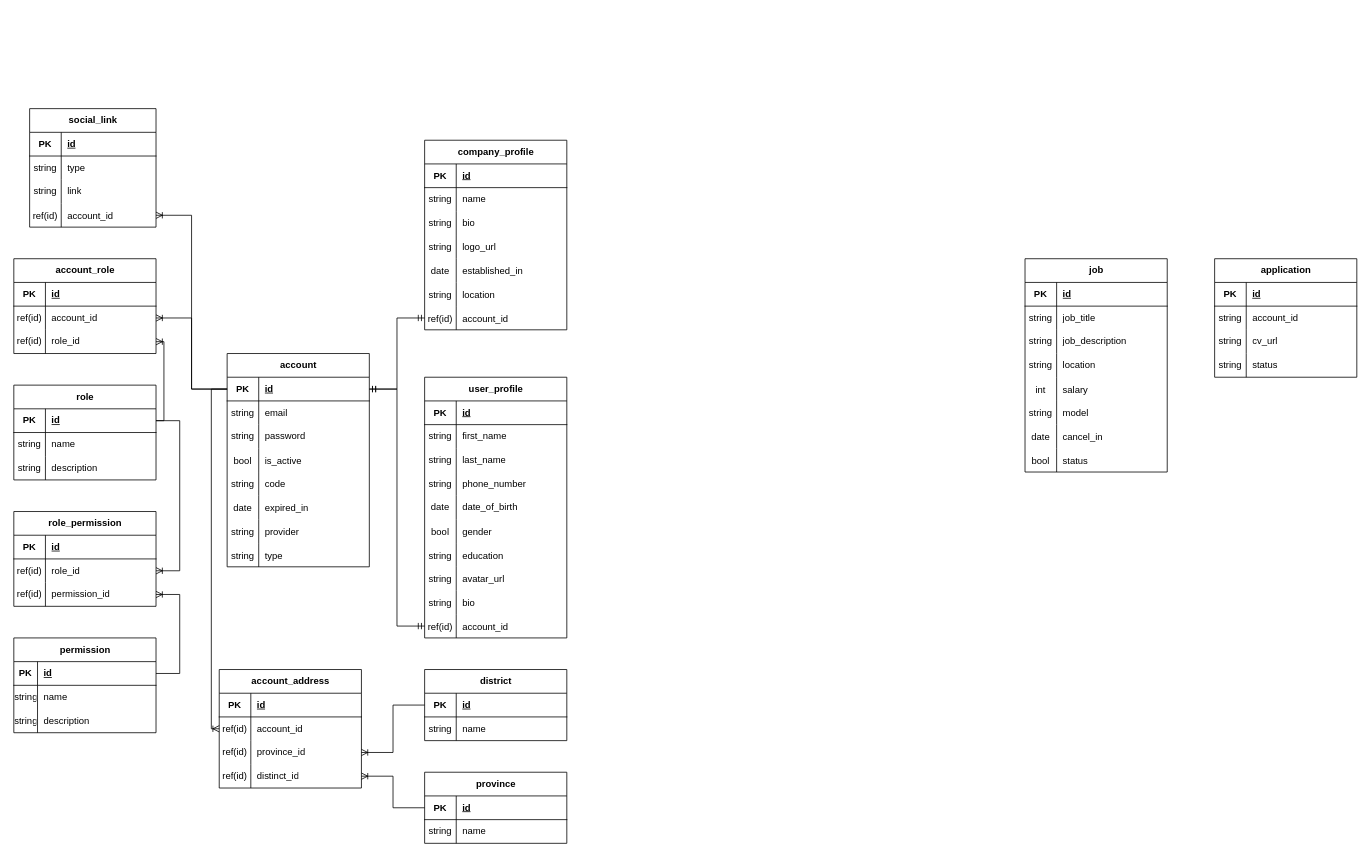
The draw.io diagram database-diagram.drawio in CulesBao/find-job-fe, before the edit. Source tidied: cells renumbered, new cells numbered last; positions are measured from the earlier drawing's top-left corner, leaving out a move shared by most shapes. Both pictures are drawn from the tidied source at 79%, with x=0, y=0 at pixel (13, 108).
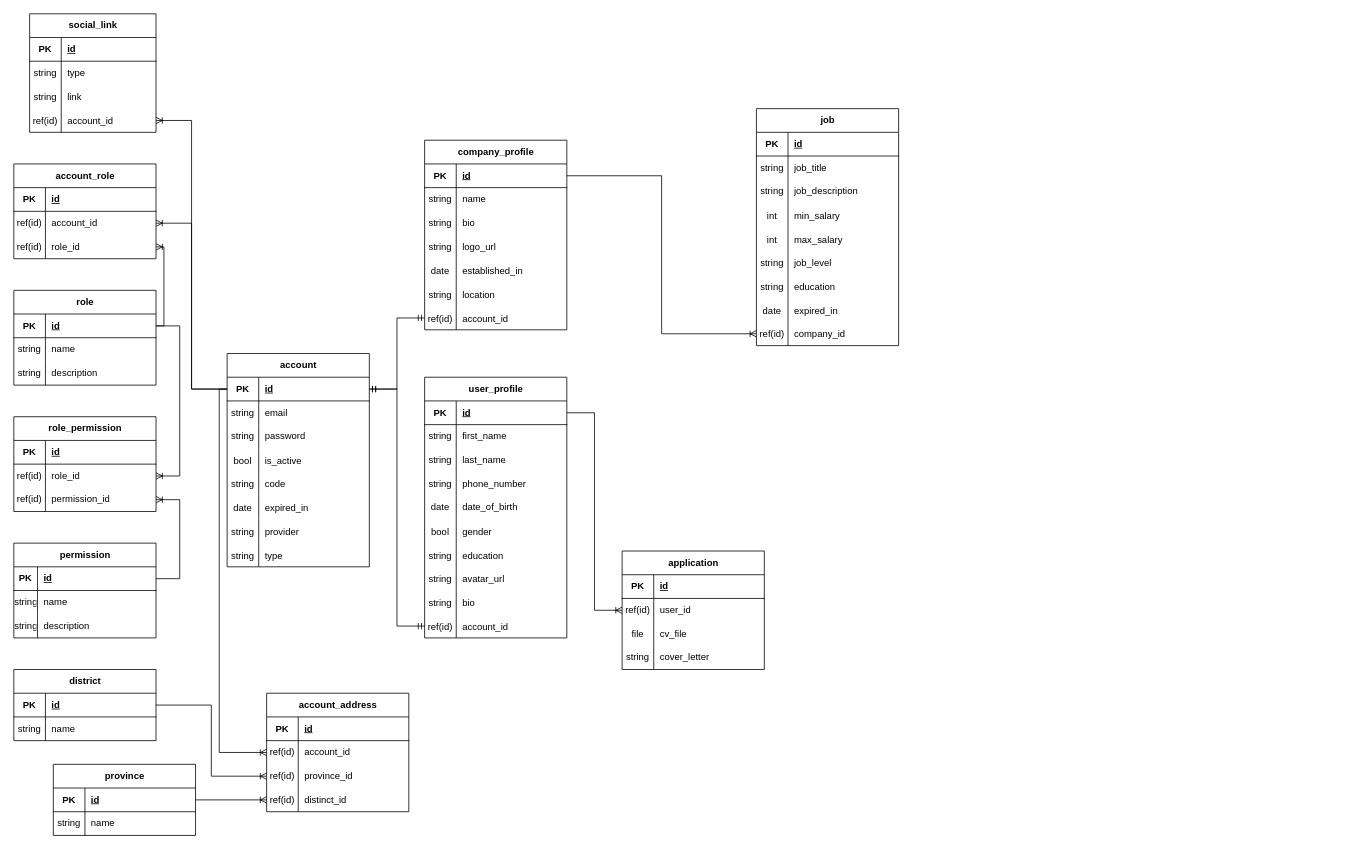
Above is the later version.

Commit message:
feat: Fix job and application entity

Unchanged cells that the change refers to:
```xml
<mxCell id="3" style="shape=tableRow;horizontal=0;startSize=0;swimlaneHead=0;swimlaneBody=0;fillColor=none;points=[[0,0.5],[1,0.5]];portConstraint=eastwest;top=0;left=0;right=0;bottom=1;" parent="2" vertex="1">
  <mxGeometry y="30" width="180" height="30" as="geometry" />
</mxCell>
<mxCell id="34" style="shape=tableRow;horizontal=0;startSize=0;swimlaneHead=0;swimlaneBody=0;fillColor=none;points=[[0,0.5],[1,0.5]];portConstraint=eastwest;top=0;left=0;right=0;bottom=1;" parent="33" vertex="1">
  <mxGeometry y="30" width="180" height="30" as="geometry" />
</mxCell>
<mxCell id="109" style="shape=tableRow;horizontal=0;startSize=0;swimlaneHead=0;swimlaneBody=0;fillColor=none;top=0;left=0;right=0;bottom=0;" parent="93" vertex="1">
  <mxGeometry y="180" width="180" height="30" as="geometry" />
</mxCell>
<mxCell id="122" style="shape=tableRow;horizontal=0;startSize=0;swimlaneHead=0;swimlaneBody=0;fillColor=none;points=[[0,0.5],[1,0.5]];portConstraint=eastwest;top=0;left=0;right=0;bottom=0;" parent="118" vertex="1">
  <mxGeometry y="60" width="180" height="30" as="geometry" />
</mxCell>
<mxCell id="125" style="shape=tableRow;horizontal=0;startSize=0;swimlaneHead=0;swimlaneBody=0;fillColor=none;top=0;left=0;right=0;bottom=0;" parent="118" vertex="1">
  <mxGeometry y="90" width="180" height="30" as="geometry" />
</mxCell>
<mxCell id="128" style="shape=tableRow;horizontal=0;startSize=0;swimlaneHead=0;swimlaneBody=0;fillColor=none;top=0;left=0;right=0;bottom=0;" parent="118" vertex="1">
  <mxGeometry y="120" width="180" height="30" as="geometry" />
</mxCell>
<mxCell id="179" style="shape=tableRow;horizontal=0;startSize=0;swimlaneHead=0;swimlaneBody=0;fillColor=none;points=[[0,0.5],[1,0.5]];portConstraint=eastwest;top=0;left=0;right=0;bottom=1;" parent="178" vertex="1">
  <mxGeometry y="30" width="180" height="30" as="geometry" />
</mxCell>
<mxCell id="186" style="shape=tableRow;horizontal=0;startSize=0;swimlaneHead=0;swimlaneBody=0;fillColor=none;points=[[0,0.5],[1,0.5]];portConstraint=eastwest;top=0;left=0;right=0;bottom=1;" parent="185" vertex="1">
  <mxGeometry y="30" width="180" height="30" as="geometry" />
</mxCell>
<mxCell id="199" style="shape=tableRow;horizontal=0;startSize=0;swimlaneHead=0;swimlaneBody=0;fillColor=none;points=[[0,0.5],[1,0.5]];portConstraint=eastwest;top=0;left=0;right=0;bottom=0;" parent="192" vertex="1">
  <mxGeometry y="90" width="180" height="30" as="geometry" />
</mxCell>
<mxCell id="202" style="shape=tableRow;horizontal=0;startSize=0;swimlaneHead=0;swimlaneBody=0;fillColor=none;points=[[0,0.5],[1,0.5]];portConstraint=eastwest;top=0;left=0;right=0;bottom=0;" parent="192" vertex="1">
  <mxGeometry y="120" width="180" height="30" as="geometry" />
</mxCell>
```

Change to the diagram source:
```diff
@@
     <mxCell id="80" value="social_link" style="shape=table;startSize=30;childLayout=tableLayout;rowLines=0;fontStyle=1;align=center;html=1;" parent="1" vertex="1">
-      <mxGeometry x="20" width="160" height="150" as="geometry" />
+      <mxGeometry x="20" y="-120" width="160" height="150" as="geometry" />
     </mxCell>
@@
     <mxCell id="93" value="job" style="shape=table;startSize=30;childLayout=tableLayout;rowLines=0;fontStyle=1;align=center;html=1;" parent="1" vertex="1">
-      <mxGeometry x="1280" y="190" width="180" height="270" as="geometry" />
+      <mxGeometry x="940" width="180" height="300" as="geometry" />
     </mxCell>
@@
-    <mxCell id="103" style="shape=tableRow;horizontal=0;startSize=0;swimlaneHead=0;swimlaneBody=0;fillColor=none;top=0;left=0;right=0;bottom=0;" parent="93" vertex="1">
-      <mxGeometry y="120" width="180" height="30" as="geometry" />
-    </mxCell>
-    <mxCell id="104" value="string" style="shape=partialRectangle;fillColor=none;top=0;left=0;bottom=0;right=0;overflow=hidden;whiteSpace=wrap;html=1;" parent="103" vertex="1">
-      <mxGeometry width="40" height="30" as="geometry" />
-    </mxCell>
-    <mxCell id="105" value="location" style="shape=partialRectangle;fillColor=none;top=0;left=0;bottom=0;right=0;align=left;spacingLeft=6;overflow=hidden;whiteSpace=wrap;html=1;" parent="103" vertex="1">
-      <mxGeometry x="40" width="140" height="30" as="geometry" />
-    </mxCell>
     <mxCell id="106" style="shape=tableRow;horizontal=0;startSize=0;swimlaneHead=0;swimlaneBody=0;fillColor=none;top=0;left=0;right=0;bottom=0;" parent="93" vertex="1">
-      <mxGeometry y="150" width="180" height="30" as="geometry" />
+      <mxGeometry y="120" width="180" height="30" as="geometry" />
     </mxCell>
@@
-    <mxCell id="108" value="salary" style="shape=partialRectangle;fillColor=none;top=0;left=0;bottom=0;right=0;align=left;spacingLeft=6;overflow=hidden;" parent="106" vertex="1">
+    <mxCell id="108" value="min_salary" style="shape=partialRectangle;fillColor=none;top=0;left=0;bottom=0;right=0;align=left;spacingLeft=6;overflow=hidden;" parent="106" vertex="1">
       <mxGeometry x="40" width="140" height="30" as="geometry" />
     </mxCell>
+    <mxCell id="208" style="shape=tableRow;horizontal=0;startSize=0;swimlaneHead=0;swimlaneBody=0;fillColor=none;top=0;left=0;right=0;bottom=0;" parent="93" vertex="1">
+      <mxGeometry y="150" width="180" height="30" as="geometry" />
+    </mxCell>
+    <mxCell id="209" value="int" style="shape=partialRectangle;fillColor=none;top=0;left=0;bottom=0;right=0;overflow=hidden;" parent="208" vertex="1">
+      <mxGeometry width="40" height="30" as="geometry" />
+    </mxCell>
+    <mxCell id="210" value="max_salary" style="shape=partialRectangle;fillColor=none;top=0;left=0;bottom=0;right=0;align=left;spacingLeft=6;overflow=hidden;" parent="208" vertex="1">
+      <mxGeometry x="40" width="140" height="30" as="geometry" />
+    </mxCell>
@@
-    <mxCell id="111" value="model" style="shape=partialRectangle;fillColor=none;top=0;left=0;bottom=0;right=0;align=left;spacingLeft=6;overflow=hidden;" parent="109" vertex="1">
+    <mxCell id="111" value="job_level" style="shape=partialRectangle;fillColor=none;top=0;left=0;bottom=0;right=0;align=left;spacingLeft=6;overflow=hidden;" parent="109" vertex="1">
       <mxGeometry x="40" width="140" height="30" as="geometry" />
     </mxCell>
+    <mxCell id="211" style="shape=tableRow;horizontal=0;startSize=0;swimlaneHead=0;swimlaneBody=0;fillColor=none;top=0;left=0;right=0;bottom=0;" parent="93" vertex="1">
+      <mxGeometry y="210" width="180" height="30" as="geometry" />
+    </mxCell>
+    <mxCell id="104" value="string" style="shape=partialRectangle;fillColor=none;top=0;left=0;bottom=0;right=0;overflow=hidden;" parent="211" vertex="1">
+      <mxGeometry width="40" height="30" as="geometry" />
+    </mxCell>
+    <mxCell id="212" value="education" style="shape=partialRectangle;fillColor=none;top=0;left=0;bottom=0;right=0;align=left;spacingLeft=6;overflow=hidden;" parent="211" vertex="1">
+      <mxGeometry x="40" width="140" height="30" as="geometry" />
+    </mxCell>
     <mxCell id="112" style="shape=tableRow;horizontal=0;startSize=0;swimlaneHead=0;swimlaneBody=0;fillColor=none;top=0;left=0;right=0;bottom=0;" parent="93" vertex="1">
-      <mxGeometry y="210" width="180" height="30" as="geometry" />
+      <mxGeometry y="240" width="180" height="30" as="geometry" />
     </mxCell>
@@
-    <mxCell id="114" value="cancel_in" style="shape=partialRectangle;fillColor=none;top=0;left=0;bottom=0;right=0;align=left;spacingLeft=6;overflow=hidden;" parent="112" vertex="1">
+    <mxCell id="114" value="expired_in" style="shape=partialRectangle;fillColor=none;top=0;left=0;bottom=0;right=0;align=left;spacingLeft=6;overflow=hidden;" parent="112" vertex="1">
       <mxGeometry x="40" width="140" height="30" as="geometry" />
     </mxCell>
-    <mxCell id="115" style="shape=tableRow;horizontal=0;startSize=0;swimlaneHead=0;swimlaneBody=0;fillColor=none;top=0;left=0;right=0;bottom=0;" parent="93" vertex="1">
-      <mxGeometry y="240" width="180" height="30" as="geometry" />
-    </mxCell>
-    <mxCell id="116" value="bool" style="shape=partialRectangle;fillColor=none;top=0;left=0;bottom=0;right=0;overflow=hidden;" parent="115" vertex="1">
-      <mxGeometry width="40" height="30" as="geometry" />
-    </mxCell>
-    <mxCell id="117" value="status" style="shape=partialRectangle;fillColor=none;top=0;left=0;bottom=0;right=0;align=left;spacingLeft=6;overflow=hidden;" parent="115" vertex="1">
-      <mxGeometry x="40" width="140" height="30" as="geometry" />
-    </mxCell>
+    <mxCell id="213" style="shape=tableRow;horizontal=0;startSize=0;swimlaneHead=0;swimlaneBody=0;fillColor=none;points=[[0,0.5],[1,0.5]];portConstraint=eastwest;top=0;left=0;right=0;bottom=0;" parent="93" vertex="1">
+      <mxGeometry y="270" width="180" height="30" as="geometry" />
+    </mxCell>
+    <mxCell id="214" value="ref(id)" style="shape=partialRectangle;fillColor=none;top=0;left=0;bottom=0;right=0;overflow=hidden;" parent="213" vertex="1">
+      <mxGeometry width="40" height="30" as="geometry" />
+    </mxCell>
+    <mxCell id="215" value="company_id" style="shape=partialRectangle;fillColor=none;top=0;left=0;bottom=0;right=0;align=left;spacingLeft=6;overflow=hidden;" parent="213" vertex="1">
+      <mxGeometry x="40" width="140" height="30" as="geometry" />
+    </mxCell>
     <mxCell id="118" value="application" style="shape=table;startSize=30;childLayout=tableLayout;rowLines=0;fontStyle=1;align=center;html=1;" parent="1" vertex="1">
-      <mxGeometry x="1520" y="190" width="180" height="150" as="geometry" />
+      <mxGeometry x="770" y="560" width="180" height="150" as="geometry" />
     </mxCell>
@@
-    <mxCell id="123" value="string" style="shape=partialRectangle;fillColor=none;top=0;left=0;bottom=0;right=0;overflow=hidden;whiteSpace=wrap;html=1;" parent="122" vertex="1">
+    <mxCell id="123" value="ref(id)" style="shape=partialRectangle;fillColor=none;top=0;left=0;bottom=0;right=0;overflow=hidden;whiteSpace=wrap;html=1;" parent="122" vertex="1">
       <mxGeometry width="40" height="30" as="geometry" />
     </mxCell>
-    <mxCell id="124" value="account_id" style="shape=partialRectangle;fillColor=none;top=0;left=0;bottom=0;right=0;align=left;spacingLeft=6;overflow=hidden;whiteSpace=wrap;html=1;" parent="122" vertex="1">
+    <mxCell id="124" value="user_id" style="shape=partialRectangle;fillColor=none;top=0;left=0;bottom=0;right=0;align=left;spacingLeft=6;overflow=hidden;whiteSpace=wrap;html=1;" parent="122" vertex="1">
       <mxGeometry x="40" width="140" height="30" as="geometry" />
     </mxCell>
@@
-    <mxCell id="126" value="string" style="shape=partialRectangle;fillColor=none;top=0;left=0;bottom=0;right=0;overflow=hidden;whiteSpace=wrap;html=1;" parent="125" vertex="1">
+    <mxCell id="126" value="file" style="shape=partialRectangle;fillColor=none;top=0;left=0;bottom=0;right=0;overflow=hidden;whiteSpace=wrap;html=1;" parent="125" vertex="1">
       <mxGeometry width="40" height="30" as="geometry" />
     </mxCell>
-    <mxCell id="127" value="cv_url" style="shape=partialRectangle;fillColor=none;top=0;left=0;bottom=0;right=0;align=left;spacingLeft=6;overflow=hidden;whiteSpace=wrap;html=1;" parent="125" vertex="1">
+    <mxCell id="127" value="cv_file" style="shape=partialRectangle;fillColor=none;top=0;left=0;bottom=0;right=0;align=left;spacingLeft=6;overflow=hidden;whiteSpace=wrap;html=1;" parent="125" vertex="1">
       <mxGeometry x="40" width="140" height="30" as="geometry" />
     </mxCell>
@@
-    <mxCell id="130" value="status" style="shape=partialRectangle;fillColor=none;top=0;left=0;bottom=0;right=0;align=left;spacingLeft=6;overflow=hidden;whiteSpace=wrap;html=1;" parent="128" vertex="1">
+    <mxCell id="130" value="cover_letter" style="shape=partialRectangle;fillColor=none;top=0;left=0;bottom=0;right=0;align=left;spacingLeft=6;overflow=hidden;whiteSpace=wrap;html=1;" parent="128" vertex="1">
       <mxGeometry x="40" width="140" height="30" as="geometry" />
     </mxCell>
@@
     <mxCell id="134" value="role" style="shape=table;startSize=30;childLayout=tableLayout;rowLines=0;fontStyle=1;align=center;html=1;" parent="1" vertex="1">
-      <mxGeometry y="350" width="180" height="120" as="geometry" />
+      <mxGeometry y="230" width="180" height="120" as="geometry" />
     </mxCell>
@@
     <mxCell id="144" value="permission" style="shape=table;startSize=30;childLayout=tableLayout;rowLines=0;fontStyle=1;align=center;html=1;" parent="1" vertex="1">
-      <mxGeometry y="670" width="180" height="120" as="geometry" />
+      <mxGeometry y="550" width="180" height="120" as="geometry" />
     </mxCell>
@@
     <mxCell id="154" value="account_role" style="shape=table;startSize=30;childLayout=tableLayout;rowLines=0;fontStyle=1;align=center;html=1;" parent="1" vertex="1">
-      <mxGeometry y="190" width="180" height="120" as="geometry" />
+      <mxGeometry y="70" width="180" height="120" as="geometry" />
     </mxCell>
@@
     <mxCell id="166" value="role_permission" style="shape=table;startSize=30;childLayout=tableLayout;rowLines=0;fontStyle=1;align=center;html=1;" parent="1" vertex="1">
-      <mxGeometry y="510" width="180" height="120" as="geometry" />
+      <mxGeometry y="390" width="180" height="120" as="geometry" />
     </mxCell>
@@
     <mxCell id="178" value="province" style="shape=table;startSize=30;childLayout=tableLayout;rowLines=0;fontStyle=1;align=center;html=1;" parent="1" vertex="1">
-      <mxGeometry x="520" y="840" width="180" height="90" as="geometry" />
+      <mxGeometry x="50" y="830" width="180" height="90" as="geometry" />
     </mxCell>
@@
     <mxCell id="185" value="district" style="shape=table;startSize=30;childLayout=tableLayout;rowLines=0;fontStyle=1;align=center;html=1;" parent="1" vertex="1">
-      <mxGeometry x="520" y="710" width="180" height="90" as="geometry" />
+      <mxGeometry y="710" width="180" height="90" as="geometry" />
     </mxCell>
@@
     <mxCell id="192" value="account_address" style="shape=table;startSize=30;childLayout=tableLayout;rowLines=0;fontStyle=1;align=center;html=1;" parent="1" vertex="1">
-      <mxGeometry x="260" y="710" width="180" height="150" as="geometry" />
+      <mxGeometry x="320" y="740" width="180" height="150" as="geometry" />
     </mxCell>
@@
-    <mxCell id="206" style="edgeStyle=orthogonalEdgeStyle;fontSize=12;html=1;endArrow=ERoneToMany;rounded=0;exitX=0;exitY=0.5;exitDx=0;exitDy=0;entryX=1;entryY=0.5;entryDx=0;entryDy=0;" parent="1" edge="1" source="186" target="199">
+    <mxCell id="206" style="edgeStyle=orthogonalEdgeStyle;fontSize=12;html=1;endArrow=ERoneToMany;rounded=0;exitX=1;exitY=0.5;exitDx=0;exitDy=0;entryX=0;entryY=0.5;entryDx=0;entryDy=0;" parent="1" edge="1" source="186" target="199">
       <mxGeometry relative="1" as="geometry" />
     </mxCell>
-    <mxCell id="207" style="edgeStyle=orthogonalEdgeStyle;fontSize=12;html=1;endArrow=ERoneToMany;rounded=0;exitX=0;exitY=0.5;exitDx=0;exitDy=0;entryX=1;entryY=0.5;entryDx=0;entryDy=0;" parent="1" edge="1" source="179" target="202">
+    <mxCell id="207" style="edgeStyle=orthogonalEdgeStyle;fontSize=12;html=1;endArrow=ERoneToMany;rounded=0;exitX=1;exitY=0.5;exitDx=0;exitDy=0;entryX=0;entryY=0.5;entryDx=0;entryDy=0;" parent="1" edge="1" source="179" target="202">
       <mxGeometry relative="1" as="geometry" />
     </mxCell>
+    <mxCell id="216" style="edgeStyle=orthogonalEdgeStyle;fontSize=12;html=1;endArrow=ERoneToMany;rounded=0;exitX=1;exitY=0.5;exitDx=0;exitDy=0;entryX=0;entryY=0.5;entryDx=0;entryDy=0;" parent="1" edge="1" source="3" target="122">
+      <mxGeometry relative="1" as="geometry" />
+    </mxCell>
+    <mxCell id="217" style="edgeStyle=orthogonalEdgeStyle;fontSize=12;html=1;endArrow=ERoneToMany;rounded=0;exitX=1;exitY=0.5;exitDx=0;exitDy=0;entryX=0;entryY=0.5;entryDx=0;entryDy=0;" parent="1" edge="1" source="34" target="213">
+      <mxGeometry relative="1" as="geometry" />
+    </mxCell>
```
